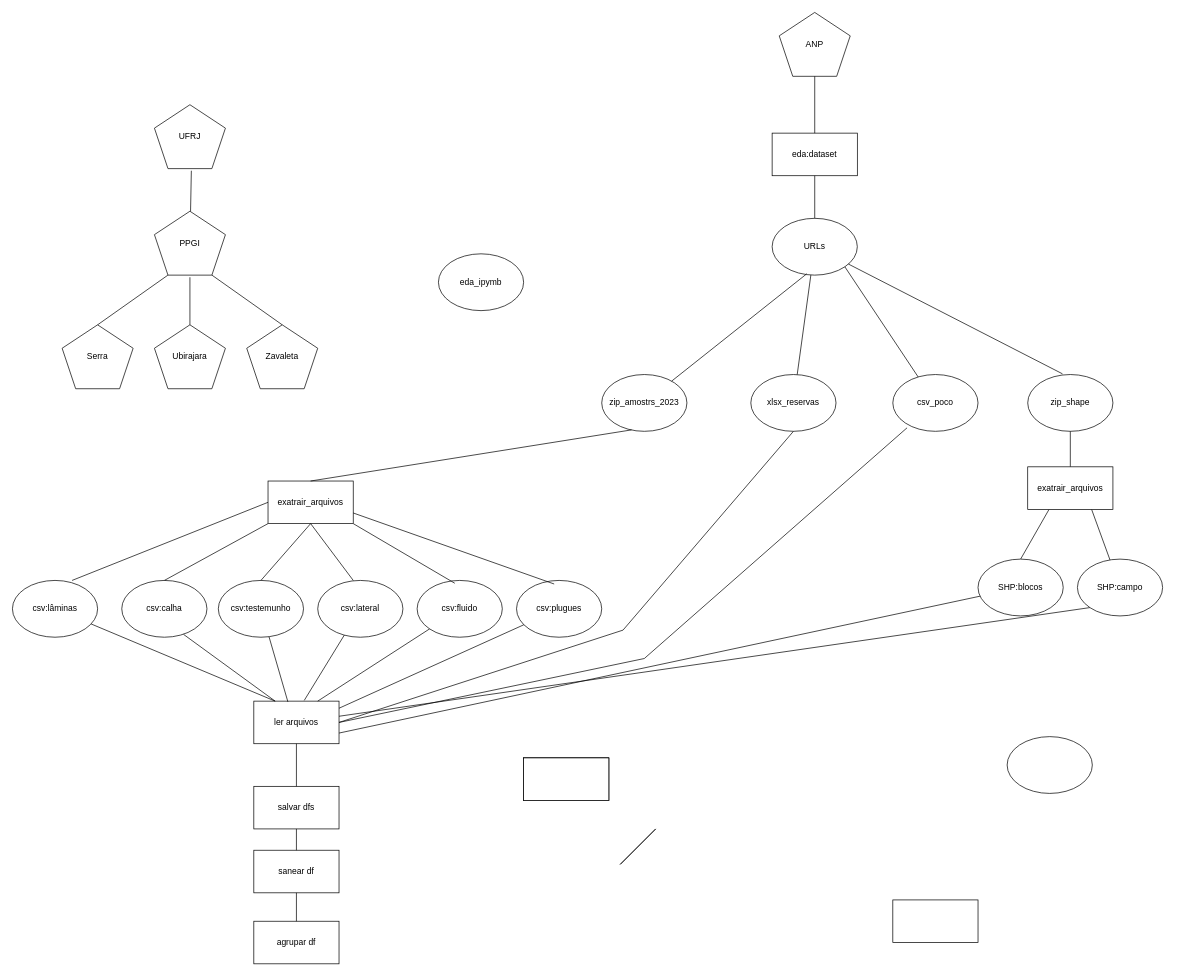
Before: eda.drawio in ubirajara-s/eda, a draw.io diagram. Source tidied: cells renumbered, new cells numbered last; positions are measured from the earlier drawing's top-left corner, leaving out a move shared by most shapes. Both pictures are drawn from the tidied source at 71%, with x=0, y=0 at pixel (12, 12).
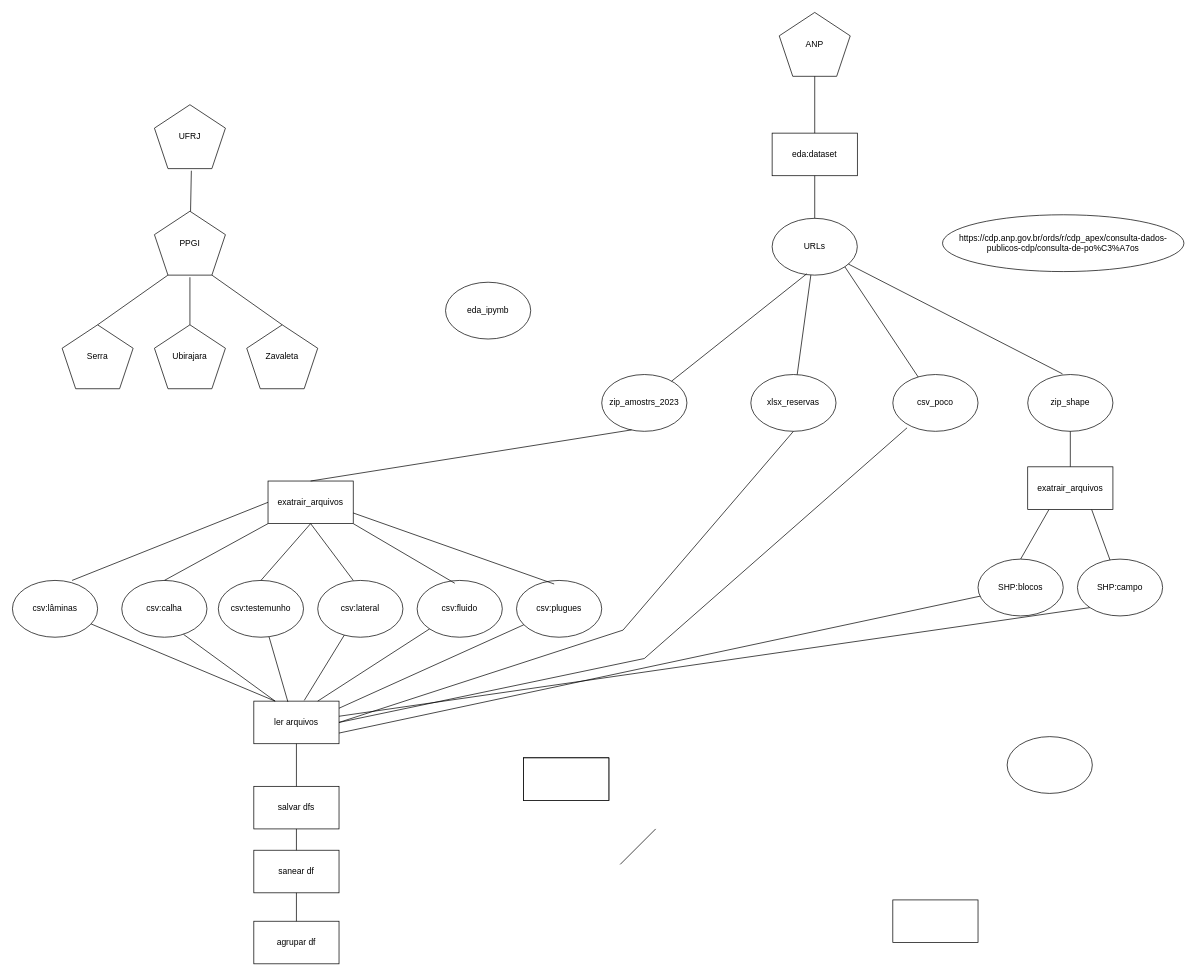
The same diagram, later.

Commit message (it also covers changes not shown here):
movendo arquivo ipynb e atualizando draw.io

Change to the diagram source:
```diff
@@
     <mxCell id="28" value="eda_ipymb" style="ellipse;whiteSpace=wrap;html=1;" parent="1" vertex="1">
-      <mxGeometry x="600" y="340" width="120" height="80" as="geometry" />
+      <mxGeometry x="610" y="380" width="120" height="80" as="geometry" />
     </mxCell>
@@
-    <mxCell id="49" style="endArrow=none;html=1;rounded=0;" parent="1" edge="1">
-      <mxGeometry relative="1" as="geometry">
-        <mxPoint x="856" y="1200" as="sourcePoint" />
-        <mxPoint x="906" y="1150" as="targetPoint" />
-      </mxGeometry>
-    </mxCell>
@@
+    <mxCell id="69" value="https://cdp.anp.gov.br/ords/r/cdp_apex/consulta-dados-publicos-cdp/consulta-de-po%C3%A7os" style="ellipse;whiteSpace=wrap;html=1;" parent="1" vertex="1">
+      <mxGeometry x="1310" y="285" width="340" height="80" as="geometry" />
+    </mxCell>
```
